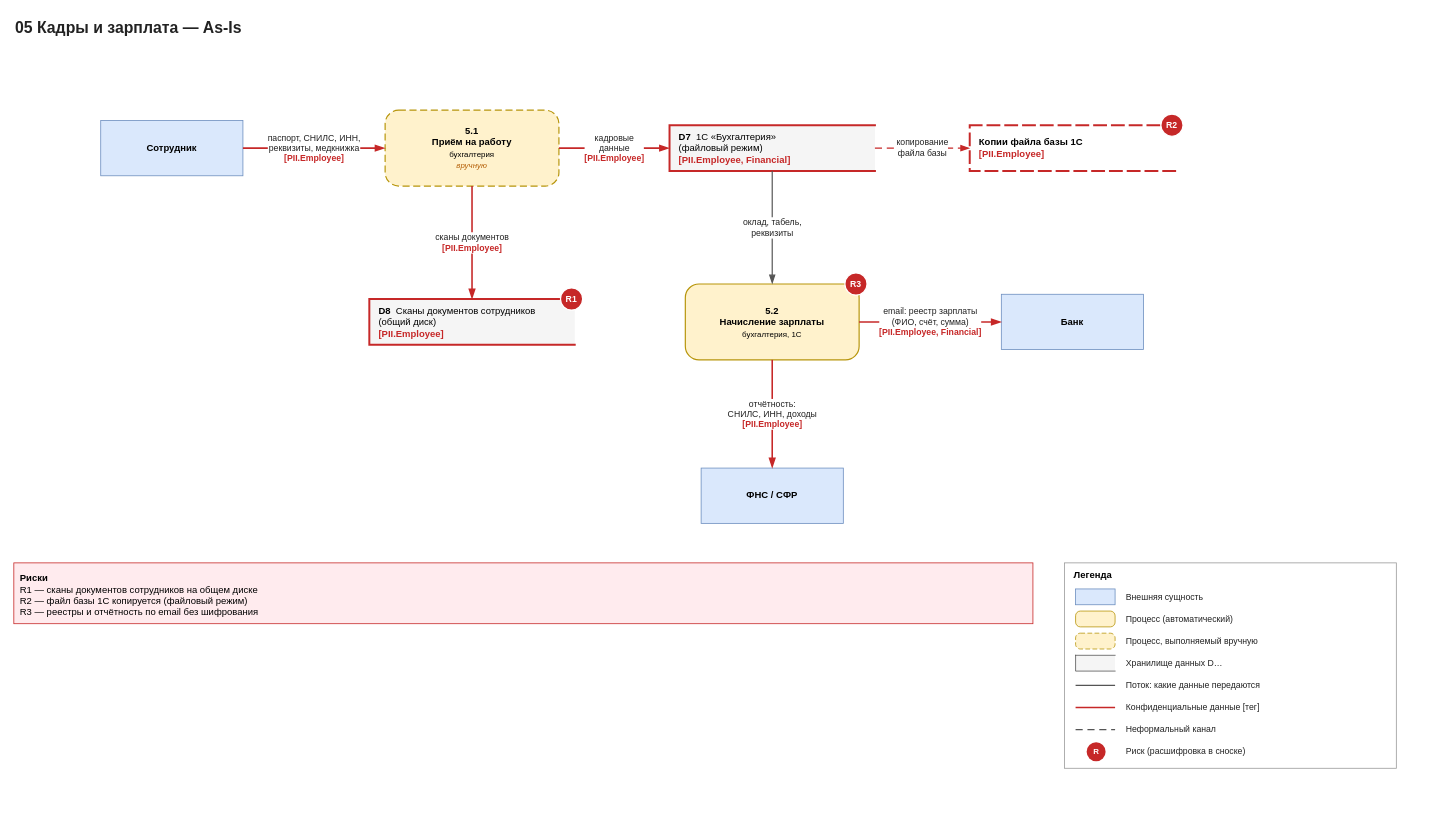
Earlier version of the draw.io diagram page "As-Is" (1 of 2) of Task1/dfd/05-kadry-zarplata.drawio (iudanet/architecture-medikamente). Source tidied: cells renumbered, new cells numbered last; positions are measured from the earlier drawing's top-left corner, leaving out a move shared by most shapes. Both pictures are drawn from the tidied source at 79%, with x=0, y=0 at pixel (13, 13).
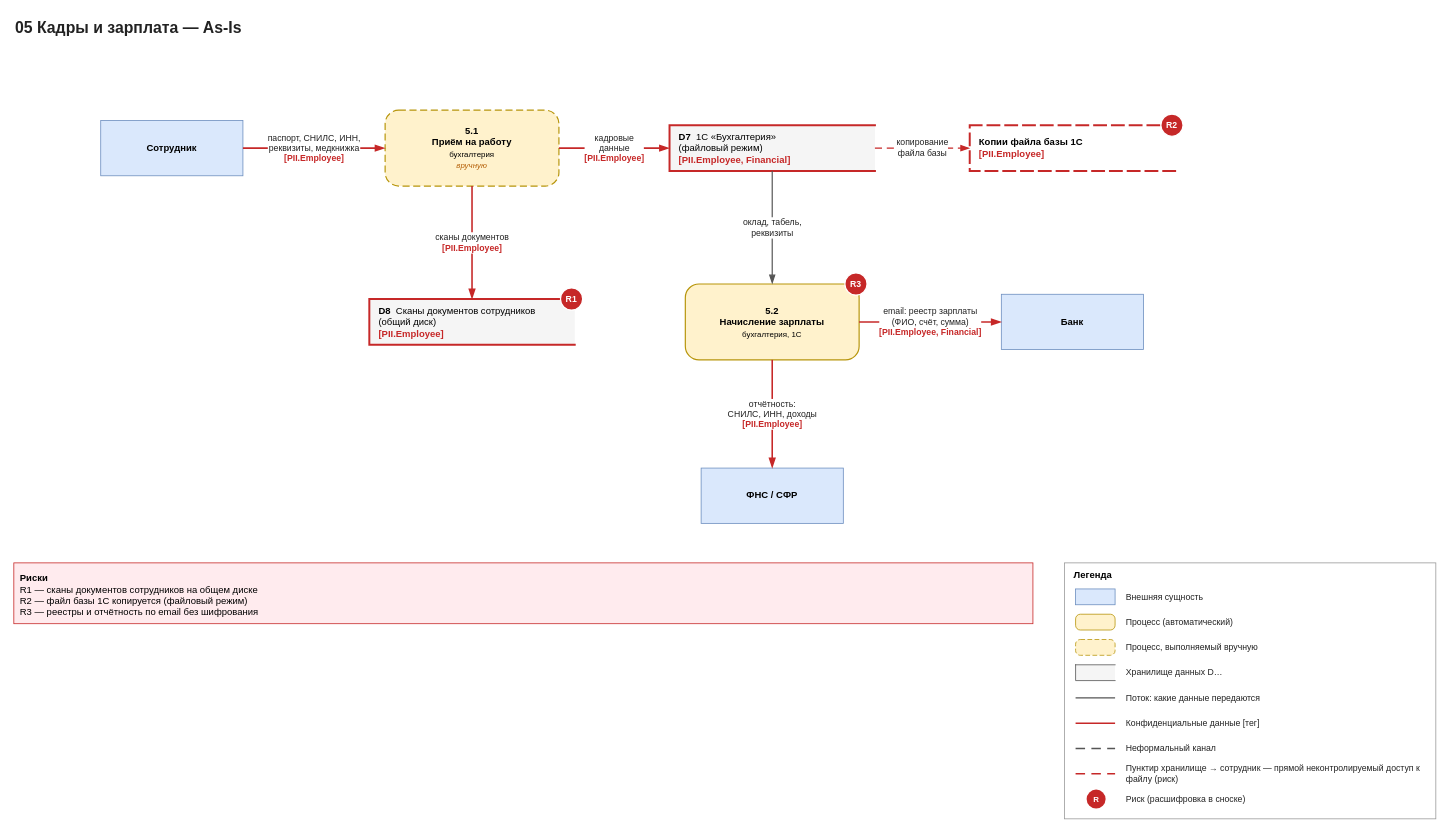
Above is the later version.

The edit, as a diff of the source:
```diff
@@
     <mxCell id="22" value="&lt;b&gt;Легенда&lt;/b&gt;" style="rounded=0;whiteSpace=wrap;html=1;fillColor=#FFFFFF;strokeColor=#999999;align=left;verticalAlign=top;spacingLeft=10;spacingTop=2;fontSize=12;" parent="1" vertex="1">
-      <mxGeometry x="1330" y="695" width="420" height="260" as="geometry" />
+      <mxGeometry x="1330" y="695" width="470" height="324" as="geometry" />
     </mxCell>
@@
     <mxCell id="24" value="Внешняя сущность" style="text;html=1;whiteSpace=wrap;align=left;verticalAlign=middle;fontSize=11;fontColor=#222222;" parent="1" vertex="1">
-      <mxGeometry x="1406" y="725" width="336" height="26" as="geometry" />
+      <mxGeometry x="1406" y="723" width="386" height="30" as="geometry" />
     </mxCell>
     <mxCell id="25" style="rounded=1;arcSize=30;html=1;fillColor=#FFF2CC;strokeColor=#B7950B;" parent="1" vertex="1">
-      <mxGeometry x="1344" y="756" width="50" height="20" as="geometry" />
+      <mxGeometry x="1344" y="760" width="50" height="20" as="geometry" />
     </mxCell>
     <mxCell id="26" value="Процесс (автоматический)" style="text;html=1;whiteSpace=wrap;align=left;verticalAlign=middle;fontSize=11;fontColor=#222222;" parent="1" vertex="1">
-      <mxGeometry x="1406" y="753" width="336" height="26" as="geometry" />
+      <mxGeometry x="1406" y="755" width="386" height="30" as="geometry" />
     </mxCell>
     <mxCell id="27" style="rounded=1;arcSize=30;html=1;fillColor=#FFF2CC;strokeColor=#B7950B;dashed=1;dashPattern=6 3;" parent="1" vertex="1">
-      <mxGeometry x="1344" y="784" width="50" height="20" as="geometry" />
+      <mxGeometry x="1344" y="792" width="50" height="20" as="geometry" />
     </mxCell>
     <mxCell id="28" value="Процесс, выполняемый вручную" style="text;html=1;whiteSpace=wrap;align=left;verticalAlign=middle;fontSize=11;fontColor=#222222;" parent="1" vertex="1">
-      <mxGeometry x="1406" y="781" width="336" height="26" as="geometry" />
+      <mxGeometry x="1406" y="787" width="386" height="30" as="geometry" />
     </mxCell>
     <mxCell id="29" style="shape=partialRectangle;right=0;html=1;fillColor=#F5F5F5;strokeColor=#555555;" parent="1" vertex="1">
-      <mxGeometry x="1344" y="812" width="50" height="20" as="geometry" />
+      <mxGeometry x="1344" y="824" width="50" height="20" as="geometry" />
     </mxCell>
     <mxCell id="30" value="Хранилище данных D…" style="text;html=1;whiteSpace=wrap;align=left;verticalAlign=middle;fontSize=11;fontColor=#222222;" parent="1" vertex="1">
-      <mxGeometry x="1406" y="809" width="336" height="26" as="geometry" />
+      <mxGeometry x="1406" y="819" width="386" height="30" as="geometry" />
     </mxCell>
     <mxCell id="31" style="shape=line;html=1;strokeColor=#555555;strokeWidth=1.5;" parent="1" vertex="1">
-      <mxGeometry x="1344" y="844" width="50" height="12" as="geometry" />
+      <mxGeometry x="1344" y="860" width="50" height="12" as="geometry" />
     </mxCell>
     <mxCell id="32" value="Поток: какие данные передаются" style="text;html=1;whiteSpace=wrap;align=left;verticalAlign=middle;fontSize=11;fontColor=#222222;" parent="1" vertex="1">
-      <mxGeometry x="1406" y="837" width="336" height="26" as="geometry" />
+      <mxGeometry x="1406" y="851" width="386" height="30" as="geometry" />
     </mxCell>
     <mxCell id="33" style="shape=line;html=1;strokeColor=#C62828;strokeWidth=2;" parent="1" vertex="1">
-      <mxGeometry x="1344" y="872" width="50" height="12" as="geometry" />
+      <mxGeometry x="1344" y="892" width="50" height="12" as="geometry" />
     </mxCell>
     <mxCell id="34" value="Конфиденциальные данные [тег]" style="text;html=1;whiteSpace=wrap;align=left;verticalAlign=middle;fontSize=11;fontColor=#222222;" parent="1" vertex="1">
-      <mxGeometry x="1406" y="865" width="336" height="26" as="geometry" />
+      <mxGeometry x="1406" y="883" width="386" height="30" as="geometry" />
     </mxCell>
-    <mxCell id="35" style="shape=line;html=1;strokeColor=#555555;strokeWidth=1.5;dashed=1;dashPattern=6 4;" parent="1" vertex="1">
-      <mxGeometry x="1344" y="900" width="50" height="12" as="geometry" />
+    <mxCell id="35" style="shape=line;html=1;strokeColor=#555555;strokeWidth=2;dashed=1;dashPattern=6 4;" parent="1" vertex="1">
+      <mxGeometry x="1344" y="924" width="50" height="12" as="geometry" />
     </mxCell>
     <mxCell id="36" value="Неформальный канал" style="text;html=1;whiteSpace=wrap;align=left;verticalAlign=middle;fontSize=11;fontColor=#222222;" parent="1" vertex="1">
-      <mxGeometry x="1406" y="893" width="336" height="26" as="geometry" />
+      <mxGeometry x="1406" y="915" width="386" height="30" as="geometry" />
     </mxCell>
-    <mxCell id="37" value="&lt;b&gt;R&lt;/b&gt;" style="ellipse;html=1;fillColor=#C62828;strokeColor=none;fontColor=#FFFFFF;fontSize=10;" parent="1" vertex="1">
-      <mxGeometry x="1358" y="922" width="24" height="24" as="geometry" />
+    <mxCell id="37" style="shape=line;html=1;strokeColor=#C62828;strokeWidth=2;dashed=1;dashPattern=6 4;" parent="1" vertex="1">
+      <mxGeometry x="1344" y="956" width="50" height="12" as="geometry" />
     </mxCell>
-    <mxCell id="38" value="Риск (расшифровка в сноске)" style="text;html=1;whiteSpace=wrap;align=left;verticalAlign=middle;fontSize=11;fontColor=#222222;" parent="1" vertex="1">
-      <mxGeometry x="1406" y="921" width="336" height="26" as="geometry" />
+    <mxCell id="38" value="Пунктир хранилище → сотрудник — прямой неконтролируемый доступ к файлу (риск)" style="text;html=1;whiteSpace=wrap;align=left;verticalAlign=middle;fontSize=11;fontColor=#222222;" parent="1" vertex="1">
+      <mxGeometry x="1406" y="947" width="386" height="30" as="geometry" />
     </mxCell>
+    <mxCell id="39" value="&lt;b&gt;R&lt;/b&gt;" style="ellipse;html=1;fillColor=#C62828;strokeColor=none;fontColor=#FFFFFF;fontSize=10;" parent="1" vertex="1">
+      <mxGeometry x="1358" y="982" width="24" height="24" as="geometry" />
+    </mxCell>
+    <mxCell id="40" value="Риск (расшифровка в сноске)" style="text;html=1;whiteSpace=wrap;align=left;verticalAlign=middle;fontSize=11;fontColor=#222222;" parent="1" vertex="1">
+      <mxGeometry x="1406" y="979" width="386" height="30" as="geometry" />
+    </mxCell>
```
